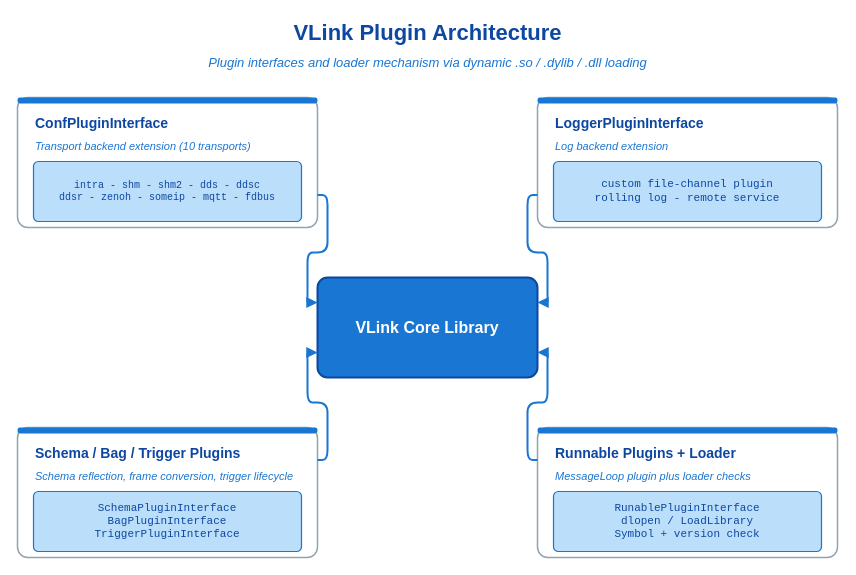
Before: doc/images/plugin-architecture.drawio in thun-res/vlink, a draw.io diagram. Source tidied: cells renumbered, new cells numbered last; positions are measured from the earlier drawing's top-left corner, leaving out a move shared by most shapes. Both pictures are drawn from the tidied source at 100%, with x=0, y=0 at pixel (17, 17).
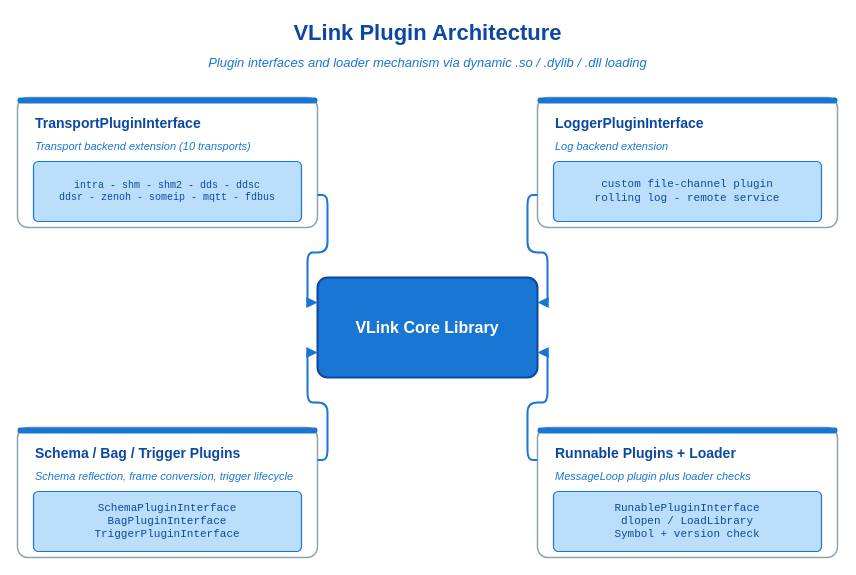
After the change.

Diff of the diagram source:
```diff
@@
-    <mxCell id="7" value="ConfPluginInterface" style="text;html=1;align=left;verticalAlign=middle;strokeColor=none;fillColor=none;fontFamily=Helvetica;fontSize=14;fontStyle=1;fontColor=#0d47a1;" parent="1" vertex="1">
-      <mxGeometry x="16" y="94" width="268" height="24" as="geometry" />
-    </mxCell>
+    <mxCell id="29" value="TransportPluginInterface" style="text;html=1;align=left;verticalAlign=middle;strokeColor=none;fillColor=none;fontFamily=Helvetica;fontSize=14;fontStyle=1;fontColor=#0d47a1;" parent="1" vertex="1">
+      <mxGeometry x="16" y="94" width="268" height="24" as="geometry" />
+    </mxCell>
```
